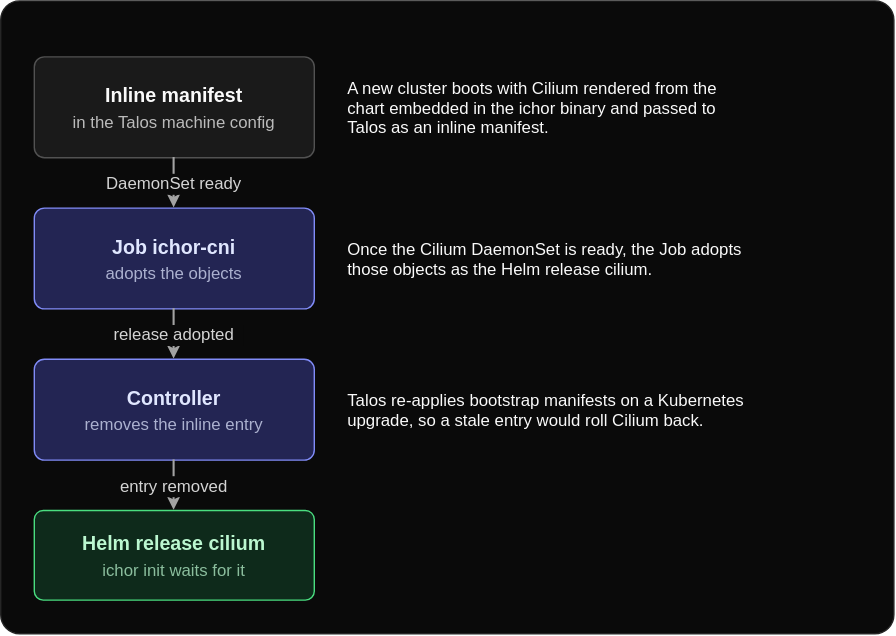
maeshinshin/ichor keeps this draw.io diagram as docs/images/cni-handover.dark.drawio.svg. Above is the earlier version. Source tidied: cells renumbered, new cells last; positions are measured from the earlier drawing's top-left corner, leaving out a move shared by most shapes.
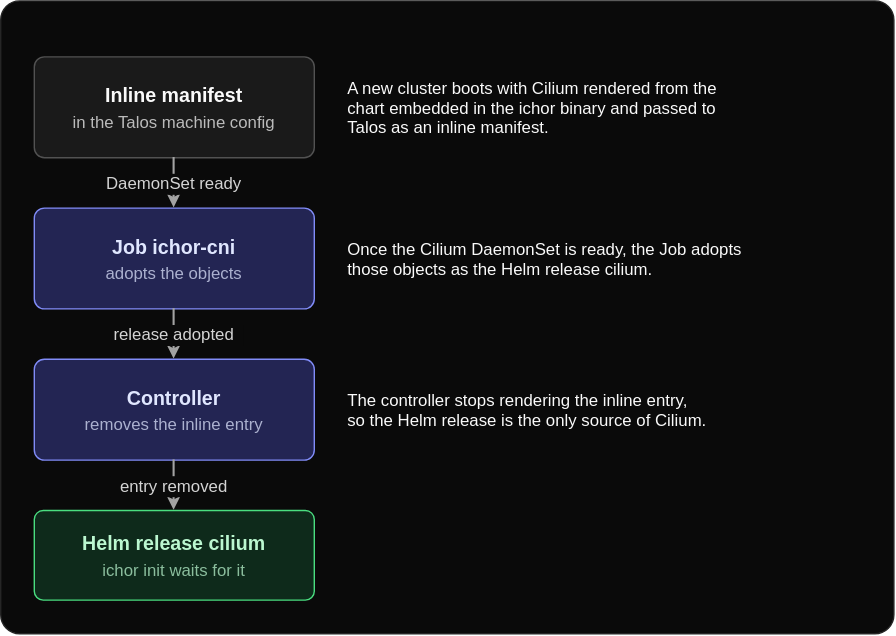
The same diagram one commit later.

What changed in the source:
```diff
@@ -38,7 +38,7 @@
     <mxCell id="13" value="removes the inline entry" style="html=0;fillColor=none;strokeColor=none;fontFamily=Helvetica;fontSize=12;fontColor=light-dark(#1E1B4B,#E0E7FF);align=center;verticalAlign=middle;spacing=0;textOpacity=72;" parent="11" vertex="1">
       <mxGeometry y="38.5" width="200" height="15" as="geometry" />
     </mxCell>
-    <mxCell id="14" value="Talos re-applies bootstrap manifests on a Kubernetes&#10;upgrade, so a stale entry would roll Cilium back." style="text=1;fillColor=none;strokeColor=none;fontColor=light-dark(#171717,#FAFAFA);fontFamily=Helvetica;fontSize=12;align=left;verticalAlign=middle;spacing=0;html=0;" parent="1" vertex="1">
+    <mxCell id="14" value="The controller stops rendering the inline entry,&#10;so the Helm release is the only source of Cilium." style="text=1;fillColor=none;strokeColor=none;fontColor=light-dark(#171717,#FAFAFA);fontFamily=Helvetica;fontSize=12;align=left;verticalAlign=middle;spacing=0;html=0;" parent="1" vertex="1">
       <mxGeometry x="248" y="256" width="366" height="72" as="geometry" />
     </mxCell>
     <mxCell id="15" style="rounded=1;arcSize=10;fillColor=light-dark(#F0FDF4,#0E2A1B);strokeColor=light-dark(#16A34A,#4ADE80);strokeWidth=1;fontColor=light-dark(#14532D,#BBF7D0);fontFamily=Helvetica;fontSize=14;align=center;verticalAlign=middle;html=0;" parent="1" vertex="1">
```
